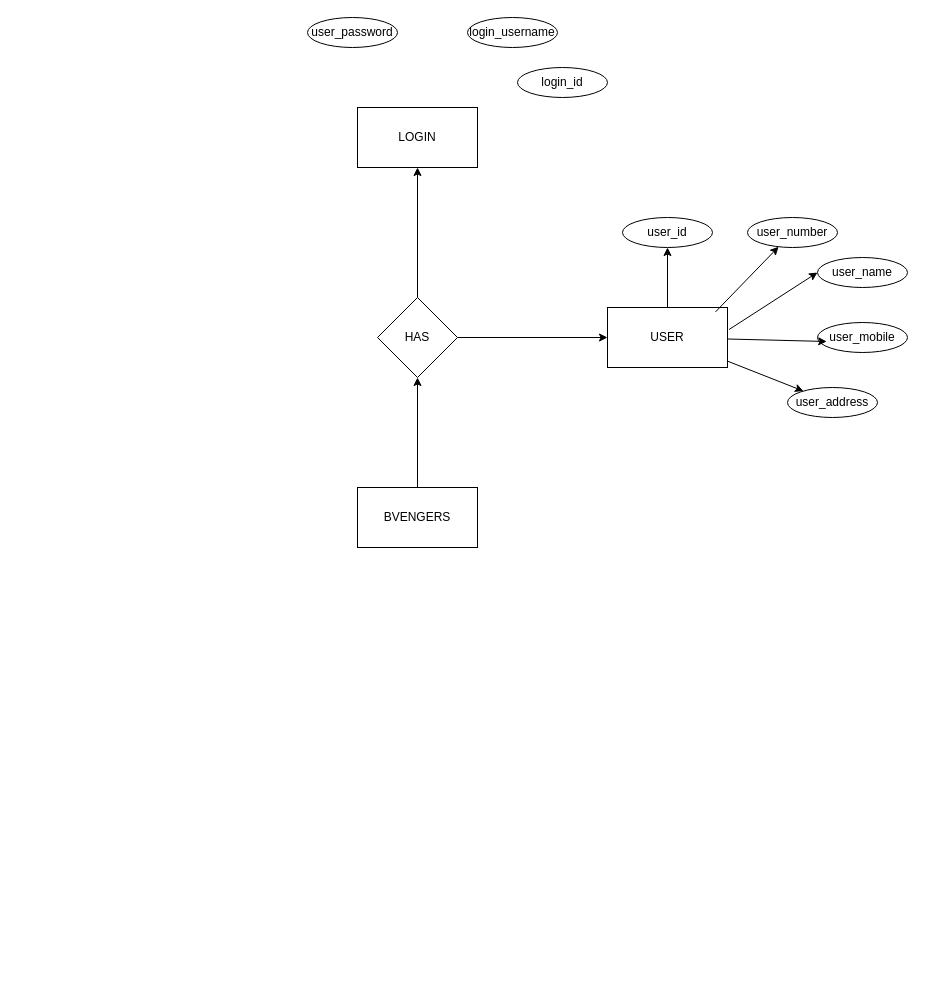
Above: erdiagram.drawio in exorcist18/Bvengersdiagrams (draw.io), before the change. Source tidied: cells renumbered, new cells numbered last; positions are measured from the earlier drawing's top-left corner, leaving out a move shared by most shapes. Both pictures are drawn from the tidied source at 100%, with x=0, y=0 at pixel (307, 17).
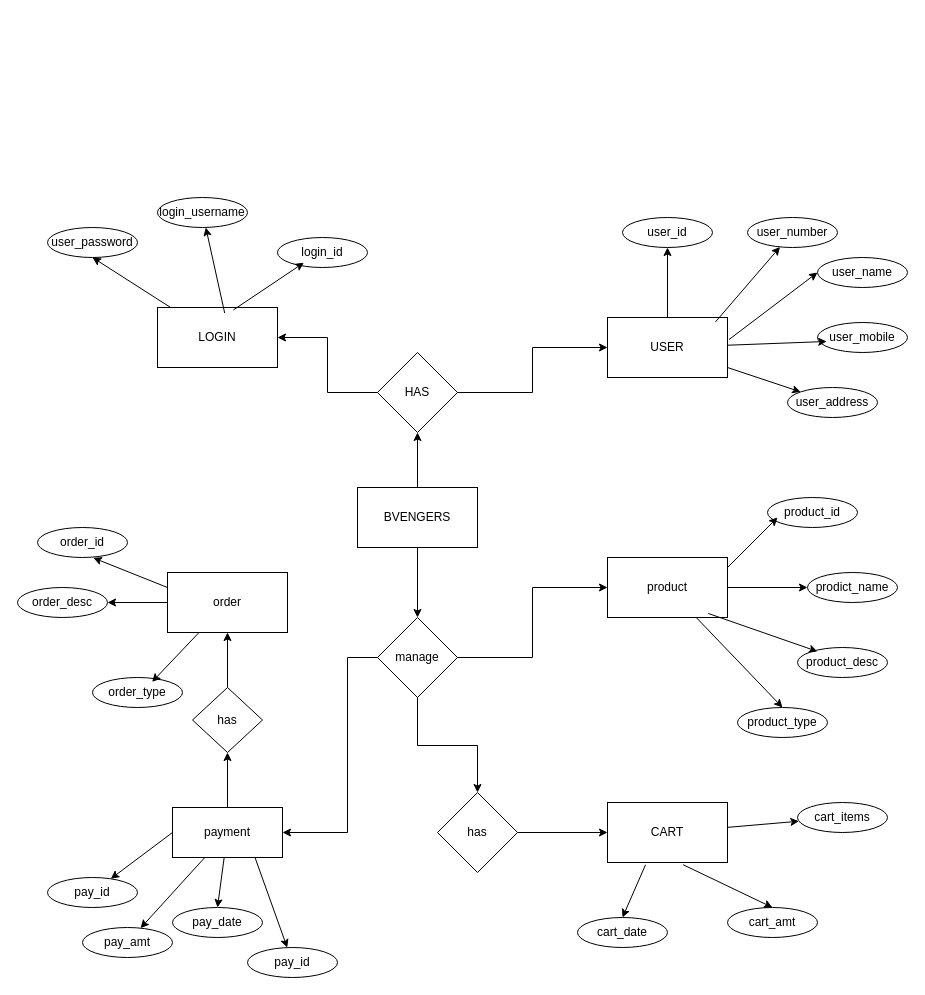
The same diagram, later.

The change refers to these unchanged cells:
```xml
<mxCell id="3" value="BVENGERS" style="rounded=0;whiteSpace=wrap;html=1;" parent="1" vertex="1">
  <mxGeometry x="50" y="470" width="120" height="60" as="geometry" />
</mxCell>
```

The edit, as a diff of the source:
```diff
@@
+    <mxCell id="22" style="edgeStyle=orthogonalEdgeStyle;rounded=0;jettySize=auto;html=1;" parent="1" edge="1" source="3" target="26">
+      <mxGeometry relative="1" as="geometry" />
+    </mxCell>
@@
     <mxCell id="6" value="HAS" style="rhombus;whiteSpace=wrap;html=1;rounded=0;direction=south;" parent="1" vertex="1">
-      <mxGeometry x="70" y="280" width="80" height="80" as="geometry" />
+      <mxGeometry x="70" y="335" width="80" height="80" as="geometry" />
     </mxCell>
@@
     <mxCell id="8" value="USER" style="whiteSpace=wrap;html=1;rounded=0;" parent="1" vertex="1">
-      <mxGeometry x="300" y="290" width="120" height="60" as="geometry" />
+      <mxGeometry x="300" y="300" width="120" height="60" as="geometry" />
     </mxCell>
@@
     <mxCell id="18" value="LOGIN" style="whiteSpace=wrap;html=1;rounded=0;" parent="1" vertex="1">
-      <mxGeometry x="50" y="90" width="120" height="60" as="geometry" />
+      <mxGeometry x="-150" y="290" width="120" height="60" as="geometry" />
     </mxCell>
     <mxCell id="19" value="login_username" style="ellipse;whiteSpace=wrap;html=1;rounded=0;" parent="1" vertex="1">
-      <mxGeometry x="160" width="90" height="30" as="geometry" />
+      <mxGeometry x="-150" y="180" width="90" height="30" as="geometry" />
     </mxCell>
     <mxCell id="20" value="login_id" style="ellipse;whiteSpace=wrap;html=1;rounded=0;" parent="1" vertex="1">
-      <mxGeometry x="210" y="50" width="90" height="30" as="geometry" />
+      <mxGeometry x="-30" y="220" width="90" height="30" as="geometry" />
     </mxCell>
     <mxCell id="21" value="user_password" style="ellipse;whiteSpace=wrap;html=1;rounded=0;" parent="1" vertex="1">
-      <mxGeometry width="90" height="30" as="geometry" />
+      <mxGeometry x="-260" y="210" width="90" height="30" as="geometry" />
     </mxCell>
+    <mxCell id="23" style="edgeStyle=orthogonalEdgeStyle;rounded=0;jettySize=auto;html=1;" parent="1" edge="1" source="26" target="27">
+      <mxGeometry relative="1" as="geometry" />
+    </mxCell>
+    <mxCell id="24" style="edgeStyle=orthogonalEdgeStyle;rounded=0;jettySize=auto;html=1;" parent="1" edge="1" source="26" target="47">
+      <mxGeometry relative="1" as="geometry">
+        <Array as="points">
+          <mxPoint x="40" y="640" />
+          <mxPoint x="40" y="815" />
+        </Array>
+      </mxGeometry>
+    </mxCell>
+    <mxCell id="25" style="edgeStyle=orthogonalEdgeStyle;rounded=0;jettySize=auto;html=1;entryX=0.5;entryY=0;entryDx=0;entryDy=0;" parent="1" edge="1" source="26" target="55">
+      <mxGeometry relative="1" as="geometry">
+        <Array as="points">
+          <mxPoint x="110" y="728" />
+          <mxPoint x="170" y="728" />
+        </Array>
+      </mxGeometry>
+    </mxCell>
+    <mxCell id="26" value="manage" style="rhombus;whiteSpace=wrap;html=1;rounded=0;" parent="1" vertex="1">
+      <mxGeometry x="70" y="600" width="80" height="80" as="geometry" />
+    </mxCell>
+    <mxCell id="27" value="product" style="whiteSpace=wrap;html=1;rounded=0;" parent="1" vertex="1">
+      <mxGeometry x="300" y="540" width="120" height="60" as="geometry" />
+    </mxCell>
+    <mxCell id="28" value="prodict_name" style="ellipse;whiteSpace=wrap;html=1;rounded=0;" parent="1" vertex="1">
+      <mxGeometry x="500" y="555" width="90" height="30" as="geometry" />
+    </mxCell>
+    <mxCell id="29" value="product_id" style="ellipse;whiteSpace=wrap;html=1;rounded=0;" parent="1" vertex="1">
+      <mxGeometry x="460" y="480" width="90" height="30" as="geometry" />
+    </mxCell>
+    <mxCell id="30" value="product_desc" style="ellipse;whiteSpace=wrap;html=1;rounded=0;" parent="1" vertex="1">
+      <mxGeometry x="490" y="630" width="90" height="30" as="geometry" />
+    </mxCell>
+    <mxCell id="31" value="product_type" style="ellipse;whiteSpace=wrap;html=1;rounded=0;" parent="1" vertex="1">
+      <mxGeometry x="430" y="690" width="90" height="30" as="geometry" />
+    </mxCell>
+    <mxCell id="32" style="endArrow=classic;html=1;rounded=0;" parent="1" edge="1">
+      <mxGeometry relative="1" as="geometry">
+        <mxPoint x="420" y="550" as="sourcePoint" />
+        <mxPoint x="470" y="500" as="targetPoint" />
+      </mxGeometry>
+    </mxCell>
+    <mxCell id="33" style="endArrow=classic;html=1;rounded=0;entryX=0;entryY=0.5;entryDx=0;entryDy=0;exitX=1;exitY=0.5;exitDx=0;exitDy=0;" parent="1" edge="1" source="27" target="28">
+      <mxGeometry relative="1" as="geometry" />
+    </mxCell>
+    <mxCell id="34" style="endArrow=classic;html=1;rounded=0;entryX=0.222;entryY=0.133;entryDx=0;entryDy=0;entryPerimeter=0;exitX=0.84;exitY=0.933;exitDx=0;exitDy=0;exitPerimeter=0;" parent="1" edge="1" source="27" target="30">
+      <mxGeometry relative="1" as="geometry" />
+    </mxCell>
+    <mxCell id="35" style="endArrow=classic;html=1;rounded=0;entryX=0.5;entryY=0;entryDx=0;entryDy=0;" parent="1" edge="1" source="27" target="31">
+      <mxGeometry relative="1" as="geometry" />
+    </mxCell>
+    <mxCell id="36" value="order" style="whiteSpace=wrap;html=1;rounded=0;" parent="1" vertex="1">
+      <mxGeometry x="-140" y="555" width="120" height="60" as="geometry" />
+    </mxCell>
+    <mxCell id="37" value="order_id" style="ellipse;whiteSpace=wrap;html=1;rounded=0;" parent="1" vertex="1">
+      <mxGeometry x="-270" y="510" width="90" height="30" as="geometry" />
+    </mxCell>
+    <mxCell id="38" value="order_desc" style="ellipse;whiteSpace=wrap;html=1;rounded=0;" parent="1" vertex="1">
+      <mxGeometry x="-290" y="570" width="90" height="30" as="geometry" />
+    </mxCell>
+    <mxCell id="39" value="order_type" style="ellipse;whiteSpace=wrap;html=1;rounded=0;" parent="1" vertex="1">
+      <mxGeometry x="-215" y="660" width="90" height="30" as="geometry" />
+    </mxCell>
+    <mxCell id="40" style="endArrow=classic;html=1;rounded=0;entryX=0.62;entryY=1.013;entryDx=0;entryDy=0;entryPerimeter=0;exitX=0;exitY=0.25;exitDx=0;exitDy=0;" parent="1" edge="1" source="36" target="37">
+      <mxGeometry relative="1" as="geometry" />
+    </mxCell>
+    <mxCell id="41" style="endArrow=classic;html=1;rounded=0;exitX=0;exitY=0.5;exitDx=0;exitDy=0;" parent="1" edge="1" source="36" target="38">
+      <mxGeometry relative="1" as="geometry" />
+    </mxCell>
+    <mxCell id="42" style="endArrow=classic;html=1;rounded=0;entryX=0.662;entryY=0.147;entryDx=0;entryDy=0;entryPerimeter=0;" parent="1" edge="1" source="36" target="39">
+      <mxGeometry relative="1" as="geometry" />
+    </mxCell>
+    <mxCell id="43" style="endArrow=classic;html=1;rounded=0;entryX=0.293;entryY=0.84;entryDx=0;entryDy=0;entryPerimeter=0;exitX=0.633;exitY=0.04;exitDx=0;exitDy=0;exitPerimeter=0;" parent="1" edge="1" source="18" target="20">
+      <mxGeometry relative="1" as="geometry" />
+    </mxCell>
+    <mxCell id="44" style="endArrow=classic;html=1;rounded=0;exitX=0.56;exitY=0.093;exitDx=0;exitDy=0;exitPerimeter=0;" parent="1" edge="1" source="18" target="19">
+      <mxGeometry relative="1" as="geometry" />
+    </mxCell>
+    <mxCell id="45" style="endArrow=classic;html=1;rounded=0;entryX=0.5;entryY=1;entryDx=0;entryDy=0;" parent="1" edge="1" source="18" target="21">
+      <mxGeometry relative="1" as="geometry" />
+    </mxCell>
+    <mxCell id="46" style="edgeStyle=orthogonalEdgeStyle;rounded=0;jettySize=auto;html=1;" parent="1" edge="1" source="47" target="60">
+      <mxGeometry relative="1" as="geometry" />
+    </mxCell>
+    <mxCell id="47" value="payment" style="whiteSpace=wrap;html=1;rounded=0;" parent="1" vertex="1">
+      <mxGeometry x="-135" y="790" width="110" height="50" as="geometry" />
+    </mxCell>
+    <mxCell id="48" value="pay_amt" style="ellipse;whiteSpace=wrap;html=1;rounded=0;" parent="1" vertex="1">
+      <mxGeometry x="-225" y="910" width="90" height="30" as="geometry" />
+    </mxCell>
+    <mxCell id="49" value="pay_date" style="ellipse;whiteSpace=wrap;html=1;rounded=0;" parent="1" vertex="1">
+      <mxGeometry x="-135" y="890" width="90" height="30" as="geometry" />
+    </mxCell>
+    <mxCell id="50" value="pay_id" style="ellipse;whiteSpace=wrap;html=1;rounded=0;" parent="1" vertex="1">
+      <mxGeometry x="-260" y="860" width="90" height="30" as="geometry" />
+    </mxCell>
+    <mxCell id="51" style="endArrow=classic;html=1;rounded=0;entryX=0.5;entryY=0;entryDx=0;entryDy=0;" parent="1" edge="1" source="47" target="49">
+      <mxGeometry relative="1" as="geometry" />
+    </mxCell>
+    <mxCell id="52" style="endArrow=classic;html=1;rounded=0;exitX=0;exitY=0.5;exitDx=0;exitDy=0;" parent="1" edge="1" source="47" target="50">
+      <mxGeometry relative="1" as="geometry" />
+    </mxCell>
+    <mxCell id="53" style="endArrow=classic;html=1;rounded=0;" parent="1" edge="1" source="47" target="48">
+      <mxGeometry relative="1" as="geometry" />
+    </mxCell>
+    <mxCell id="54" style="edgeStyle=orthogonalEdgeStyle;rounded=0;jettySize=auto;html=1;" parent="1" edge="1" source="55" target="58">
+      <mxGeometry relative="1" as="geometry" />
+    </mxCell>
+    <mxCell id="55" value="has" style="rhombus;whiteSpace=wrap;html=1;rounded=0;" parent="1" vertex="1">
+      <mxGeometry x="130" y="775" width="80" height="80" as="geometry" />
+    </mxCell>
+    <mxCell id="56" value="pay_id" style="ellipse;whiteSpace=wrap;html=1;rounded=0;" parent="1" vertex="1">
+      <mxGeometry x="-60" y="930" width="90" height="30" as="geometry" />
+    </mxCell>
+    <mxCell id="57" style="endArrow=classic;html=1;rounded=0;exitX=0.75;exitY=1;exitDx=0;exitDy=0;" parent="1" edge="1" source="47" target="56">
+      <mxGeometry relative="1" as="geometry" />
+    </mxCell>
+    <mxCell id="58" value="CART" style="whiteSpace=wrap;html=1;rounded=0;" parent="1" vertex="1">
+      <mxGeometry x="300" y="785" width="120" height="60" as="geometry" />
+    </mxCell>
+    <mxCell id="59" style="edgeStyle=orthogonalEdgeStyle;rounded=0;jettySize=auto;html=1;" parent="1" edge="1" source="60" target="36">
+      <mxGeometry relative="1" as="geometry" />
+    </mxCell>
+    <mxCell id="60" value="has" style="rhombus;whiteSpace=wrap;html=1;rounded=0;" parent="1" vertex="1">
+      <mxGeometry x="-115" y="670" width="70" height="65" as="geometry" />
+    </mxCell>
+    <mxCell id="61" value="cart_date" style="ellipse;whiteSpace=wrap;html=1;rounded=0;" parent="1" vertex="1">
+      <mxGeometry x="270" y="900" width="90" height="30" as="geometry" />
+    </mxCell>
+    <mxCell id="62" value="cart_amt" style="ellipse;whiteSpace=wrap;html=1;rounded=0;" parent="1" vertex="1">
+      <mxGeometry x="420" y="890" width="90" height="30" as="geometry" />
+    </mxCell>
+    <mxCell id="63" value="cart_items" style="ellipse;whiteSpace=wrap;html=1;rounded=0;" parent="1" vertex="1">
+      <mxGeometry x="490" y="785" width="90" height="30" as="geometry" />
+    </mxCell>
+    <mxCell id="64" style="endArrow=classic;html=1;rounded=0;entryX=0.5;entryY=0;entryDx=0;entryDy=0;exitX=0.317;exitY=1.037;exitDx=0;exitDy=0;exitPerimeter=0;" parent="1" edge="1" source="58" target="61">
+      <mxGeometry relative="1" as="geometry" />
+    </mxCell>
+    <mxCell id="65" style="endArrow=classic;html=1;rounded=0;entryX=0.5;entryY=0;entryDx=0;entryDy=0;exitX=0.63;exitY=1.037;exitDx=0;exitDy=0;exitPerimeter=0;" parent="1" edge="1" source="58" target="62">
+      <mxGeometry relative="1" as="geometry" />
+    </mxCell>
+    <mxCell id="66" style="endArrow=classic;html=1;rounded=0;" parent="1" edge="1" source="58" target="63">
+      <mxGeometry relative="1" as="geometry" />
+    </mxCell>
```
